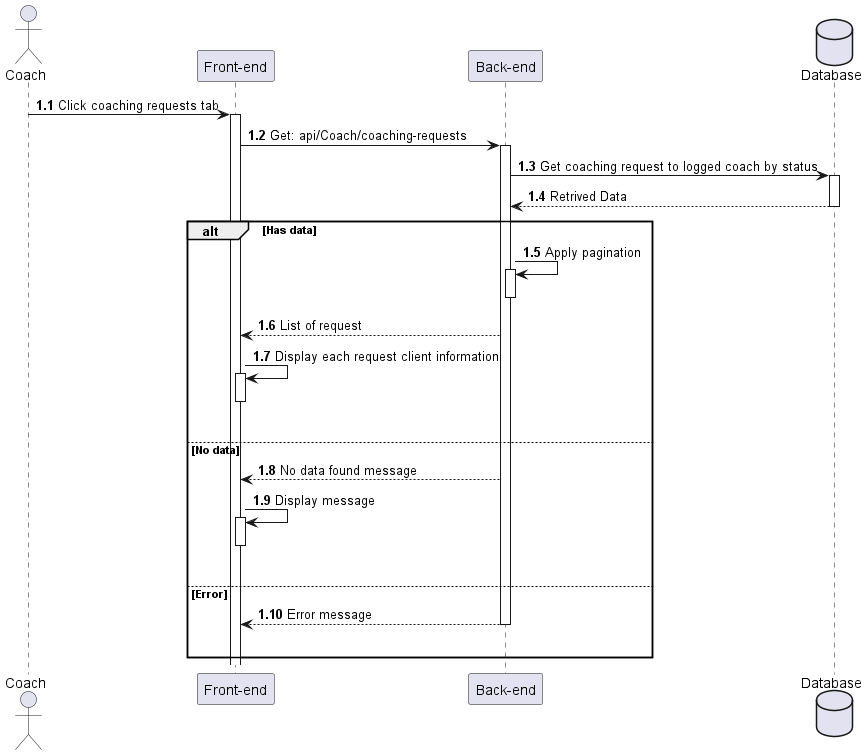
HTPhong-276/iCoaching-Diagrams keeps this PlantUML diagram as out/Sequences_diagrams/ViewCoachingRequest/ViewCoachingRequests.png. Above is the earlier version.
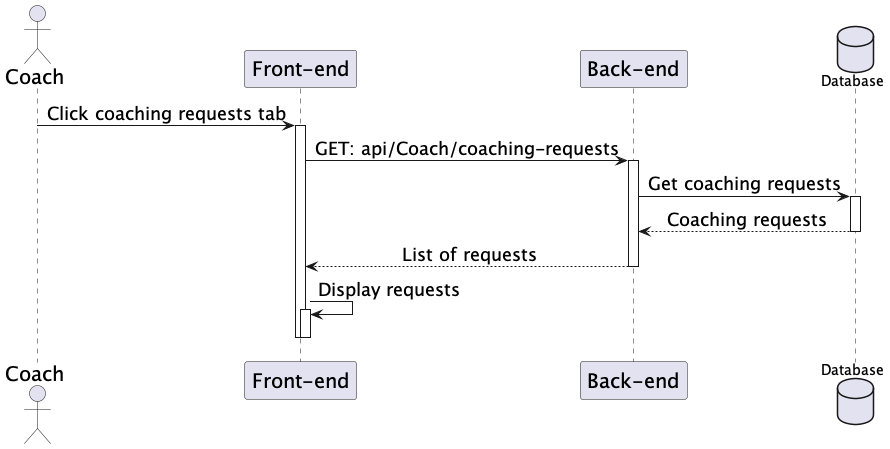
After the commit.

Diff of the diagram source:
```diff
@@ -1,36 +1,27 @@
 @startuml ViewCoachingRequests
-
+skinparam sequenceMessageAlign center
+skinparam sequenceGroupFontSize 20
+skinparam sequenceGroupHeaderFontSize 20
+skinparam sequence {
+    ParticipantFontSize 20
+    ActorFontSize 20
+    DatabaseFontSize 20
+    ArrowFontSize 18
+}
 actor Coach as user
 participant "Front-end" as client
 participant "Back-end" as server
 database "Database" as db
 
-autonumber 1.1 "<b>0:"
-
 user -> client++ : Click coaching requests tab
-client -> server++ : Get: api/Coach/coaching-requests
-server -> db++ : Get coaching request to logged coach by status
-db --> server : Retrived Data
+client -> server++ : GET: api/Coach/coaching-requests
+server -> db++ : Get coaching requests
+db --> server : Coaching requests
+deactivate
+server --> client : List of requests
+deactivate
+client -> client++ : Display requests
+deactivate
 deactivate
 
-alt Has data
-    server -> server++ : Apply pagination
-    deactivate
-    server --> client : List of request
-    client -> client++ : Display each request client information
-    deactivate
-    |||
-
-else No data
-    server --> client : No data found message
-    client -> client++ : Display message
-    deactivate
-    |||
-
-else Error
-    server --> client : Error message
-    deactivate
-    |||
-end
-
 @enduml
```
